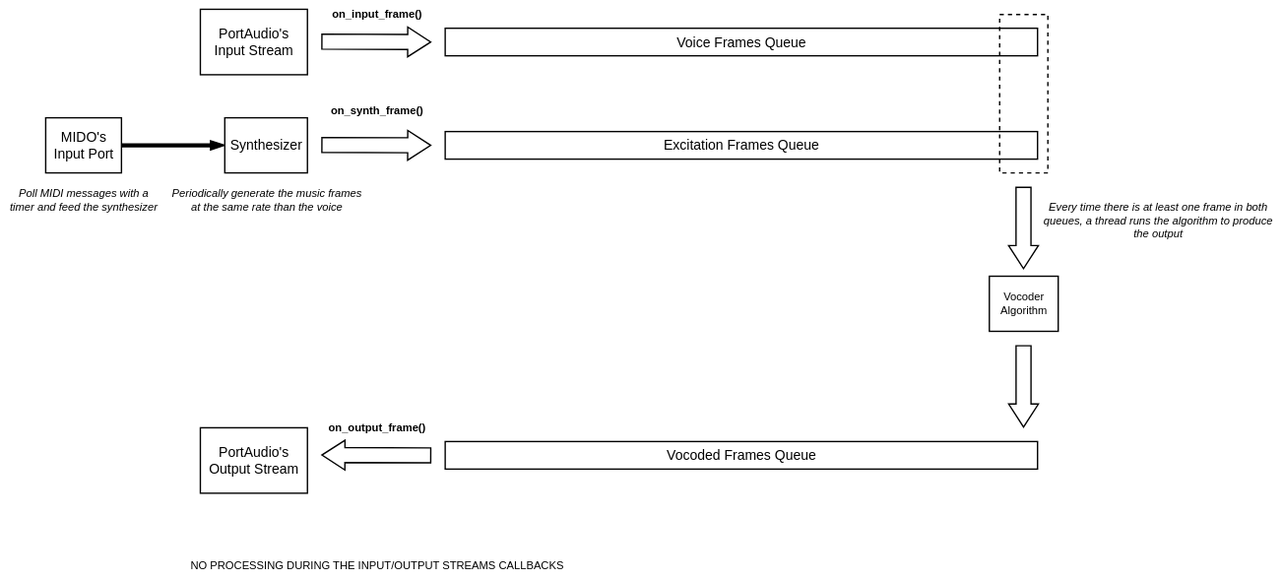
Before: doc/real_time_analysis.svg, a diagram exported from draw.io (Kammann123/vocoder). Source tidied: cells renumbered, new cells last; positions are measured from the earlier drawing's top-left corner, leaving out a move shared by most shapes. Its diagram source:
```xml
<mxGraphModel>
  <root>
    <mxCell id="0" />
    <mxCell id="1" parent="0" />
    <mxCell id="2" value="Voice Frames Queue" style="rounded=0;whiteSpace=wrap;html=1;fontSize=10;" parent="1" vertex="1">
      <mxGeometry x="322.5" y="20" width="430" height="20" as="geometry" />
    </mxCell>
    <mxCell id="3" value="Excitation Frames Queue" style="rounded=0;whiteSpace=wrap;html=1;fontSize=10;" parent="1" vertex="1">
      <mxGeometry x="322.5" y="95" width="430" height="20" as="geometry" />
    </mxCell>
    <mxCell id="4" value="PortAudio's &lt;br style=&quot;font-size: 10px;&quot;&gt;Input Stream" style="rounded=0;whiteSpace=wrap;html=1;fontSize=10;" parent="1" vertex="1">
      <mxGeometry x="144.8" y="6.2" width="77.7" height="47.5" as="geometry" />
    </mxCell>
    <mxCell id="5" style="shape=flexArrow;endArrow=classic;html=1;rounded=0;endWidth=9.714285714285714;endSize=5.24;width=10.857142857142858;" parent="1" edge="1">
      <mxGeometry relative="1" as="geometry">
        <mxPoint x="232.5" y="29.7" as="sourcePoint" />
        <mxPoint x="312.5" y="30" as="targetPoint" />
      </mxGeometry>
    </mxCell>
    <mxCell id="6" value="&lt;b style=&quot;font-size: 8px;&quot;&gt;on_input_frame()&lt;/b&gt;" style="text;html=1;align=center;verticalAlign=middle;strokeColor=none;fillColor=none;fontSize=8;" parent="1" vertex="1">
      <mxGeometry x="232.5" width="80" height="20" as="geometry" />
    </mxCell>
    <mxCell id="7" style="edgeStyle=orthogonalEdgeStyle;rounded=0;jettySize=auto;html=1;exitX=1;exitY=0.5;exitDx=0;exitDy=0;entryX=0;entryY=0.5;entryDx=0;entryDy=0;fontSize=10;strokeWidth=3;endArrow=blockThin;endFill=1;endSize=3;" parent="1" edge="1" source="8" target="9">
      <mxGeometry relative="1" as="geometry" />
    </mxCell>
    <mxCell id="8" value="MIDO's &lt;br&gt;Input Port" style="rounded=0;whiteSpace=wrap;html=1;fontSize=10;" parent="1" vertex="1">
      <mxGeometry x="32.5" y="85" width="55" height="40" as="geometry" />
    </mxCell>
    <mxCell id="9" value="Synthesizer" style="rounded=0;whiteSpace=wrap;html=1;fontSize=10;" parent="1" vertex="1">
      <mxGeometry x="162.5" y="85" width="60" height="40" as="geometry" />
    </mxCell>
    <mxCell id="10" value="Poll MIDI messages with a &lt;br&gt;timer and feed the synthesizer" style="text;html=1;align=center;verticalAlign=middle;strokeColor=none;fillColor=none;fontSize=8;fontStyle=2;" parent="1" vertex="1">
      <mxGeometry y="130" width="120" height="30" as="geometry" />
    </mxCell>
    <mxCell id="11" style="shape=flexArrow;endArrow=classic;html=1;rounded=0;endWidth=9.714285714285714;endSize=5.24;width=10.857142857142858;" parent="1" edge="1">
      <mxGeometry relative="1" as="geometry">
        <mxPoint x="232.5" y="104.7" as="sourcePoint" />
        <mxPoint x="312.5" y="105" as="targetPoint" />
      </mxGeometry>
    </mxCell>
    <mxCell id="12" value="Periodically generate the music frames &lt;br&gt;at the same rate than the voice" style="text;html=1;align=center;verticalAlign=middle;strokeColor=none;fillColor=none;fontSize=8;fontStyle=2;" parent="1" vertex="1">
      <mxGeometry x="117.5" y="130" width="150" height="30" as="geometry" />
    </mxCell>
    <mxCell id="13" value="&lt;b&gt;on_synth_frame()&lt;/b&gt;" style="text;html=1;align=center;verticalAlign=middle;strokeColor=none;fillColor=none;fontSize=8;" parent="1" vertex="1">
      <mxGeometry x="232.5" y="70" width="80" height="20" as="geometry" />
    </mxCell>
    <mxCell id="14" style="rounded=0;whiteSpace=wrap;html=1;fontSize=8;dashed=1;fillColor=none;" parent="1" vertex="1">
      <mxGeometry x="725" y="10" width="35" height="115" as="geometry" />
    </mxCell>
    <mxCell id="15" style="shape=flexArrow;endArrow=classic;html=1;rounded=0;endWidth=9.714285714285714;endSize=5.24;width=10.857142857142858;" parent="1" edge="1">
      <mxGeometry relative="1" as="geometry">
        <mxPoint x="742.3" y="135" as="sourcePoint" />
        <mxPoint x="742.3" y="195" as="targetPoint" />
      </mxGeometry>
    </mxCell>
    <mxCell id="16" value="Every time there is at least one frame in both&lt;br&gt;queues, a thread runs the algorithm to produce&lt;br&gt;the output" style="text;html=1;align=center;verticalAlign=middle;strokeColor=none;fillColor=none;fontSize=8;fontStyle=2;" parent="1" vertex="1">
      <mxGeometry x="750" y="140" width="180" height="40" as="geometry" />
    </mxCell>
    <mxCell id="17" value="Vocoder &lt;br&gt;Algorithm" style="rounded=0;whiteSpace=wrap;html=1;fontSize=8;fillColor=default;" parent="1" vertex="1">
      <mxGeometry x="717.5" y="200" width="50" height="40" as="geometry" />
    </mxCell>
    <mxCell id="18" value="Vocoded Frames Queue" style="rounded=0;whiteSpace=wrap;html=1;fontSize=10;" parent="1" vertex="1">
      <mxGeometry x="322.5" y="320" width="430" height="20" as="geometry" />
    </mxCell>
    <mxCell id="19" style="shape=flexArrow;endArrow=classic;html=1;rounded=0;endWidth=9.714285714285714;endSize=5.24;width=10.857142857142858;" parent="1" edge="1">
      <mxGeometry relative="1" as="geometry">
        <mxPoint x="742.3" y="250" as="sourcePoint" />
        <mxPoint x="742.3" y="310" as="targetPoint" />
      </mxGeometry>
    </mxCell>
    <mxCell id="20" value="PortAudio's &lt;br style=&quot;font-size: 10px;&quot;&gt;Output Stream" style="rounded=0;whiteSpace=wrap;html=1;fontSize=10;" parent="1" vertex="1">
      <mxGeometry x="144.8" y="310" width="77.7" height="47.5" as="geometry" />
    </mxCell>
    <mxCell id="21" style="shape=flexArrow;endArrow=classic;html=1;rounded=0;endWidth=9.714285714285714;endSize=5.24;width=10.857142857142858;" parent="1" edge="1">
      <mxGeometry relative="1" as="geometry">
        <mxPoint x="312.5" y="330.1" as="sourcePoint" />
        <mxPoint x="232.5" y="329.8" as="targetPoint" />
      </mxGeometry>
    </mxCell>
    <mxCell id="22" value="&lt;b style=&quot;font-size: 8px;&quot;&gt;on_output_frame()&lt;/b&gt;" style="text;html=1;align=center;verticalAlign=middle;strokeColor=none;fillColor=none;fontSize=8;" parent="1" vertex="1">
      <mxGeometry x="230" y="300" width="85" height="20" as="geometry" />
    </mxCell>
    <mxCell id="23" value="NO PROCESSING DURING THE INPUT/OUTPUT STREAMS CALLBACKS" style="text;html=1;align=center;verticalAlign=middle;strokeColor=none;fillColor=none;fontSize=8;" parent="1" vertex="1">
      <mxGeometry x="130" y="400" width="285" height="20" as="geometry" />
    </mxCell>
  </root>
</mxGraphModel>
```
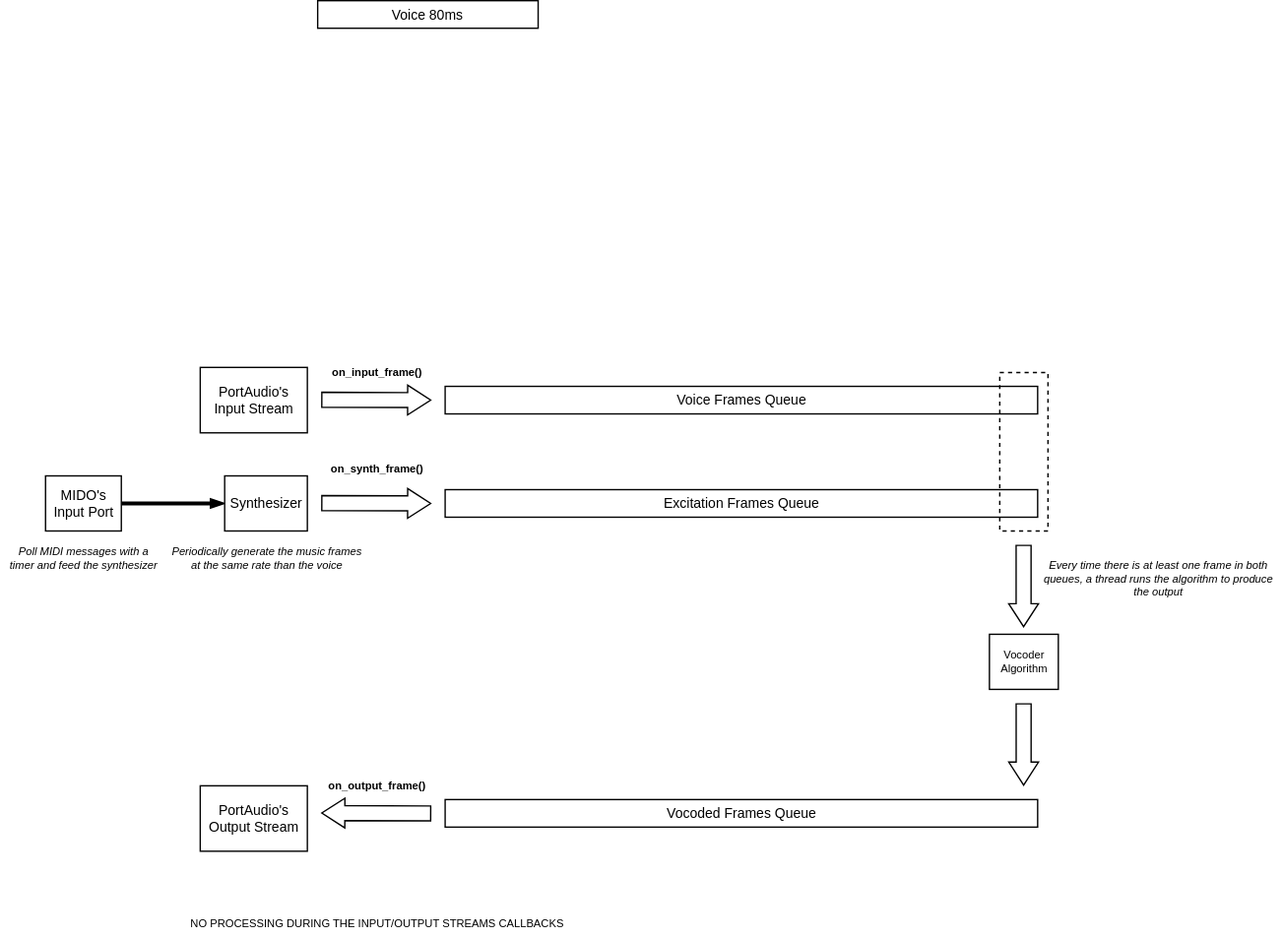
Later version of the same file.

Commit message:
Fix test_with_mido.py and real time test with noise

Change to the diagram source:
```diff
@@ -83,5 +83,8 @@
     <mxCell id="23" value="NO PROCESSING DURING THE INPUT/OUTPUT STREAMS CALLBACKS" style="text;html=1;align=center;verticalAlign=middle;strokeColor=none;fillColor=none;fontSize=8;" parent="1" vertex="1">
       <mxGeometry x="130" y="400" width="285" height="20" as="geometry" />
     </mxCell>
+    <mxCell id="24" value="Voice 80ms" style="rounded=0;whiteSpace=wrap;html=1;fontSize=10;" parent="1" vertex="1">
+      <mxGeometry x="230" y="-260" width="160" height="20" as="geometry" />
+    </mxCell>
   </root>
 </mxGraphModel>
```
